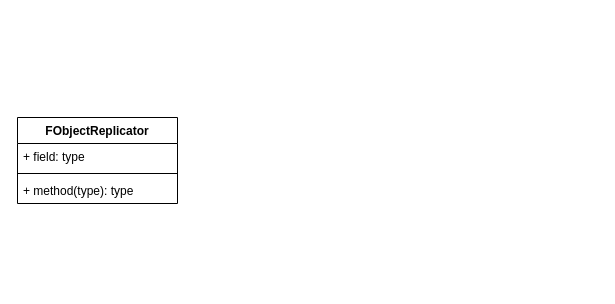
The draw.io diagram UnrealNetwork.drawio in bcq028/drawIOStaff, before the edit. Source tidied: cells renumbered, new cells numbered last; positions are measured from the earlier drawing's top-left corner, leaving out a move shared by most shapes. Both pictures are drawn from the tidied source at 100%, with x=0, y=0 at pixel (17, 117).
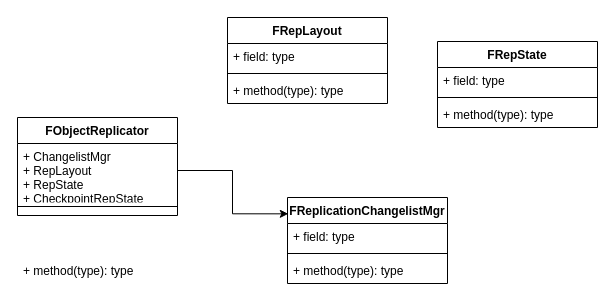
After the change.

Diff of the diagram source:
```diff
@@
 <mxGraphModel>
   <root>
     <mxCell id="0" />
     <mxCell id="1" parent="0" />
     <mxCell id="2" value="FObjectReplicator" style="swimlane;fontStyle=1;align=center;verticalAlign=top;horizontal=1;startSize=26;" parent="1" vertex="1">
-      <mxGeometry width="160" height="86" as="geometry" />
+      <mxGeometry width="160" height="98" as="geometry" />
     </mxCell>
-    <mxCell id="3" value="+ field: type" style="text;strokeColor=none;fillColor=none;align=left;verticalAlign=top;spacingLeft=4;spacingRight=4;overflow=hidden;points=[[0,0.5],[1,0.5]];portConstraint=eastwest;" parent="2" vertex="1">
-      <mxGeometry y="26" width="160" height="26" as="geometry" />
+    <mxCell id="3" value="+ ChangelistMgr&#10;+ RepLayout&#10;+ RepState&#10;+ CheckpointRepState&#10;" style="text;strokeColor=none;fillColor=none;align=left;verticalAlign=top;spacingLeft=4;spacingRight=4;overflow=hidden;points=[[0,0.5],[1,0.5]];portConstraint=eastwest;" parent="2" vertex="1">
+      <mxGeometry y="26" width="160" height="54" as="geometry" />
     </mxCell>
     <mxCell id="4" style="line;strokeWidth=1;fillColor=none;align=left;verticalAlign=middle;spacingTop=-1;spacingLeft=3;spacingRight=3;labelPosition=right;strokeColor=inherit;" parent="2" vertex="1">
-      <mxGeometry y="52" width="160" height="8" as="geometry" />
+      <mxGeometry y="80" width="160" height="18" as="geometry" />
     </mxCell>
+    <mxCell id="6" value="FReplicationChangelistMgr" style="swimlane;fontStyle=1;align=center;verticalAlign=top;horizontal=1;startSize=26;whiteSpace=wrap;html=1;" parent="1" vertex="1">
+      <mxGeometry x="270" y="80" width="160" height="86" as="geometry" />
+    </mxCell>
+    <mxCell id="7" value="+ field: type" style="text;strokeColor=none;fillColor=none;align=left;verticalAlign=top;spacingLeft=4;spacingRight=4;overflow=hidden;whiteSpace=wrap;html=1;" parent="6" vertex="1">
+      <mxGeometry y="26" width="160" height="26" as="geometry" />
+    </mxCell>
+    <mxCell id="8" style="line;strokeWidth=1;fillColor=none;align=left;verticalAlign=middle;spacingTop=-1;spacingLeft=3;spacingRight=3;labelPosition=right;strokeColor=inherit;" parent="6" vertex="1">
+      <mxGeometry y="52" width="160" height="8" as="geometry" />
+    </mxCell>
+    <mxCell id="9" value="+ method(type): type" style="text;strokeColor=none;fillColor=none;align=left;verticalAlign=top;spacingLeft=4;spacingRight=4;overflow=hidden;whiteSpace=wrap;html=1;" parent="6" vertex="1">
+      <mxGeometry y="60" width="160" height="26" as="geometry" />
+    </mxCell>
+    <mxCell id="10" value="FRepLayout" style="swimlane;fontStyle=1;align=center;verticalAlign=top;horizontal=1;startSize=26;whiteSpace=wrap;html=1;" parent="1" vertex="1">
+      <mxGeometry x="210" y="-100" width="160" height="86" as="geometry" />
+    </mxCell>
+    <mxCell id="11" value="+ field: type" style="text;strokeColor=none;fillColor=none;align=left;verticalAlign=top;spacingLeft=4;spacingRight=4;overflow=hidden;whiteSpace=wrap;html=1;" parent="10" vertex="1">
+      <mxGeometry y="26" width="160" height="26" as="geometry" />
+    </mxCell>
+    <mxCell id="12" style="line;strokeWidth=1;fillColor=none;align=left;verticalAlign=middle;spacingTop=-1;spacingLeft=3;spacingRight=3;labelPosition=right;strokeColor=inherit;" parent="10" vertex="1">
+      <mxGeometry y="52" width="160" height="8" as="geometry" />
+    </mxCell>
+    <mxCell id="13" value="+ method(type): type" style="text;strokeColor=none;fillColor=none;align=left;verticalAlign=top;spacingLeft=4;spacingRight=4;overflow=hidden;whiteSpace=wrap;html=1;" parent="10" vertex="1">
+      <mxGeometry y="60" width="160" height="26" as="geometry" />
+    </mxCell>
+    <mxCell id="14" value="FRepState" style="swimlane;fontStyle=1;align=center;verticalAlign=top;horizontal=1;startSize=26;whiteSpace=wrap;html=1;" parent="1" vertex="1">
+      <mxGeometry x="420" y="-76" width="160" height="86" as="geometry" />
+    </mxCell>
+    <mxCell id="15" value="+ field: type" style="text;strokeColor=none;fillColor=none;align=left;verticalAlign=top;spacingLeft=4;spacingRight=4;overflow=hidden;whiteSpace=wrap;html=1;" parent="14" vertex="1">
+      <mxGeometry y="26" width="160" height="26" as="geometry" />
+    </mxCell>
+    <mxCell id="16" style="line;strokeWidth=1;fillColor=none;align=left;verticalAlign=middle;spacingTop=-1;spacingLeft=3;spacingRight=3;labelPosition=right;strokeColor=inherit;" parent="14" vertex="1">
+      <mxGeometry y="52" width="160" height="8" as="geometry" />
+    </mxCell>
+    <mxCell id="17" value="+ method(type): type" style="text;strokeColor=none;fillColor=none;align=left;verticalAlign=top;spacingLeft=4;spacingRight=4;overflow=hidden;whiteSpace=wrap;html=1;" parent="14" vertex="1">
+      <mxGeometry y="60" width="160" height="26" as="geometry" />
+    </mxCell>
+    <mxCell id="18" style="edgeStyle=orthogonalEdgeStyle;rounded=0;jettySize=auto;html=1;entryX=0.005;entryY=0.19;entryDx=0;entryDy=0;entryPerimeter=0;" parent="1" edge="1" source="3" target="6">
+      <mxGeometry relative="1" as="geometry" />
+    </mxCell>
-    <mxCell id="5" value="+ method(type): type" style="text;strokeColor=none;fillColor=none;align=left;verticalAlign=top;spacingLeft=4;spacingRight=4;overflow=hidden;" parent="2" vertex="1">
-      <mxGeometry y="60" width="160" height="26" as="geometry" />
+    <mxCell id="5" value="+ method(type): type" style="text;strokeColor=none;fillColor=none;align=left;verticalAlign=top;spacingLeft=4;spacingRight=4;overflow=hidden;" parent="1" vertex="1">
+      <mxGeometry y="140" width="160" height="26" as="geometry" />
     </mxCell>
   </root>
 </mxGraphModel>
```
